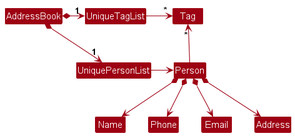
nus-cs2103-AY2425S1/tp keeps this PlantUML diagram as docs/images/BetterModelClassDiagram.png. Above is the earlier version.
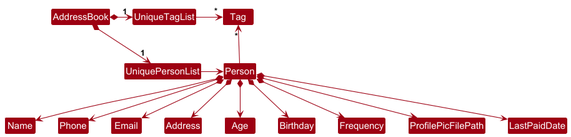
After the change.

The edit, as a diff of the source:
```diff
@@ -18,4 +18,9 @@
 Person *--> Phone
 Person *--> Email
 Person *--> Address
+Person *--> Age
+Person *--> Birthday
+Person *--> Frequency
+Person *--> ProfilePicFilePath
+Person *--> LastPaidDate
 @enduml
```
